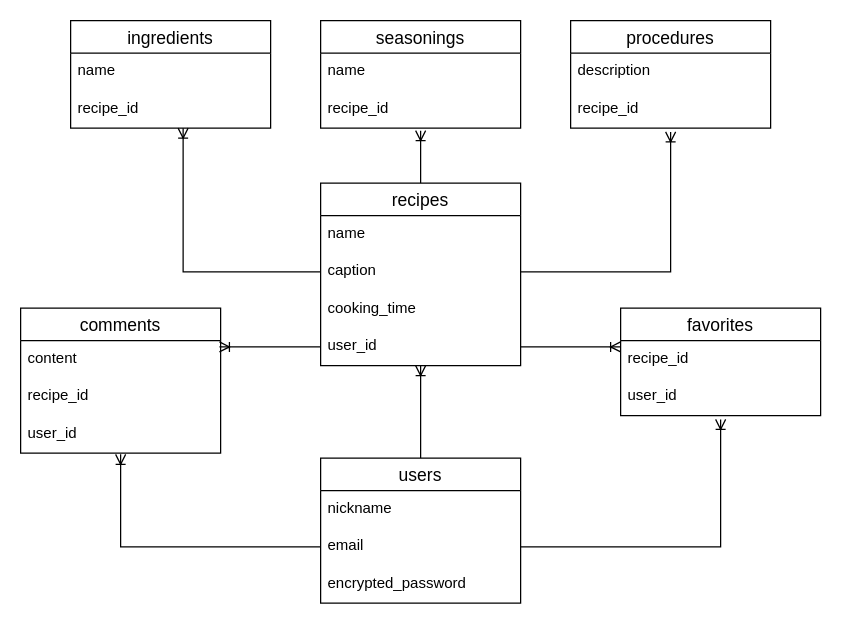
onitsuyo/rakumeshi keeps this draw.io diagram as rakumeshi_db.dio. Above is the earlier version. Source tidied: cells renumbered, new cells numbered last; positions are measured from the earlier drawing's top-left corner, leaving out a move shared by most shapes. Both pictures are drawn from the tidied source at 125%, with x=0, y=0 at pixel (20, 20).
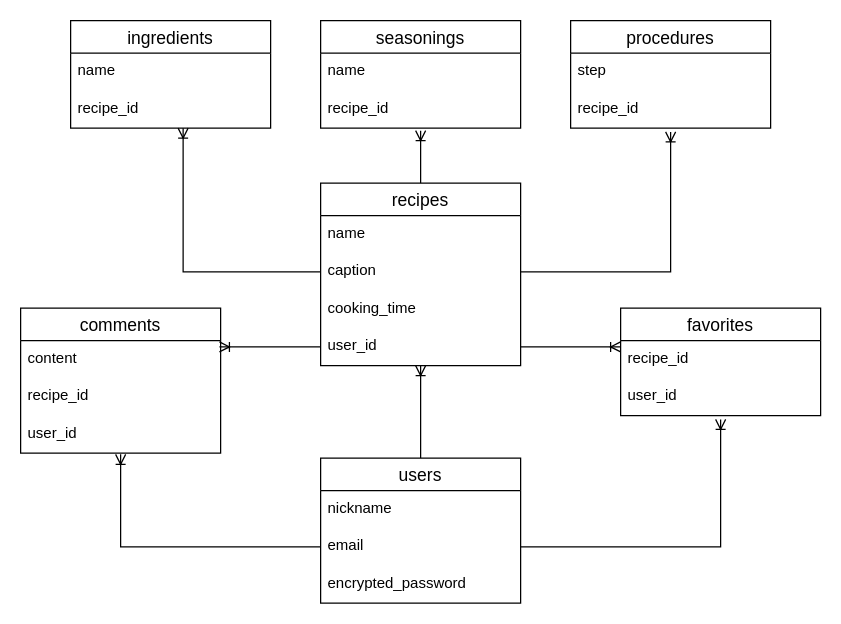
The same page after the edit.

Unchanged cells that the change refers to:
```xml
<mxCell id="19" value="procedures" style="swimlane;fontStyle=0;horizontal=1;startSize=26;align=center;fontSize=14;" parent="1" vertex="1">
  <mxGeometry x="440" width="160" height="86" as="geometry" />
</mxCell>
```

Diff of the diagram source:
```diff
@@
-    <mxCell id="20" value="description" style="text;strokeColor=none;fillColor=none;spacingLeft=4;spacingRight=4;overflow=hidden;fontSize=12;" parent="19" vertex="1">
+    <mxCell id="20" value="step" style="text;strokeColor=none;fillColor=none;spacingLeft=4;spacingRight=4;overflow=hidden;fontSize=12;" parent="19" vertex="1">
       <mxGeometry y="26" width="160" height="30" as="geometry" />
     </mxCell>
```
